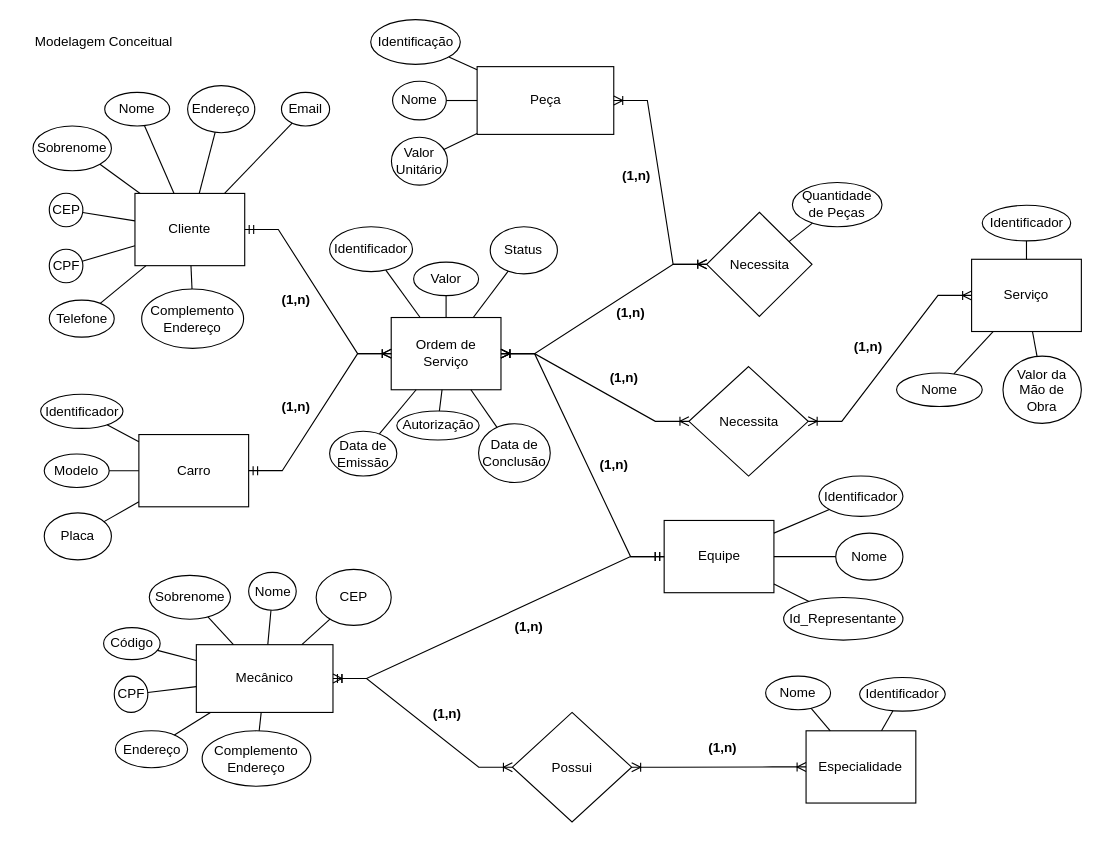
This is Banco de Dados/Projeto/Modelo Conceitual.drawio from Texugo-928/ADA, a draw.io file, before an edit. Source tidied: cells renumbered, new cells numbered last; positions are measured from the earlier drawing's top-left corner, leaving out a move shared by most shapes. Both pictures are drawn from the tidied source at 112%, with x=0, y=0 at pixel (19, 19).
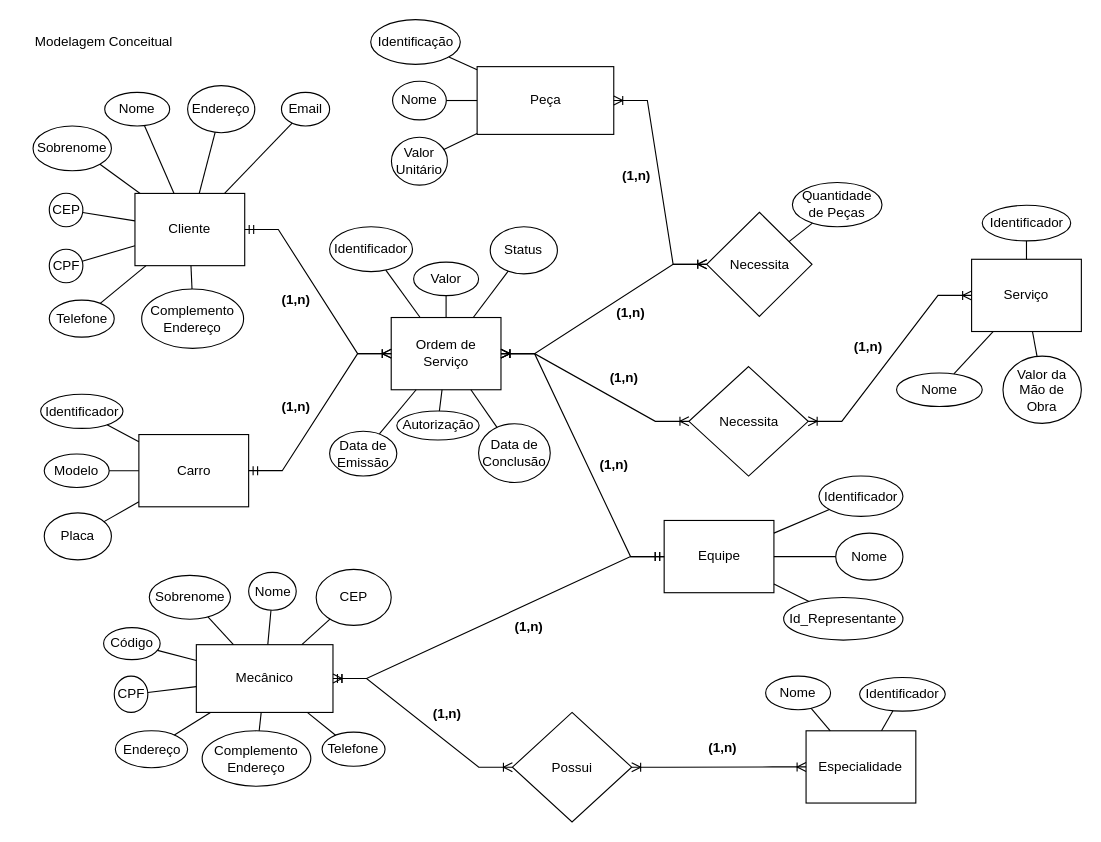
Above is the later version.

The change refers to these unchanged cells:
```xml
<mxCell id="37" value="Mecânico" style="rounded=0;whiteSpace=wrap;html=1;" parent="1" vertex="1">
  <mxGeometry x="157.8" y="558.1" width="122" height="60.5" as="geometry" />
</mxCell>
```

What changed in the source:
```diff
@@
+    <mxCell id="106" value="Telefone" style="ellipse;whiteSpace=wrap;html=1;" parent="1" vertex="1">
+      <mxGeometry x="270.1" y="636.2" width="56.2" height="30.5" as="geometry" />
+    </mxCell>
+    <mxCell id="107" style="endArrow=none;html=1;rounded=0;" parent="1" edge="1" source="106" target="37">
+      <mxGeometry relative="1" as="geometry" />
+    </mxCell>
```
